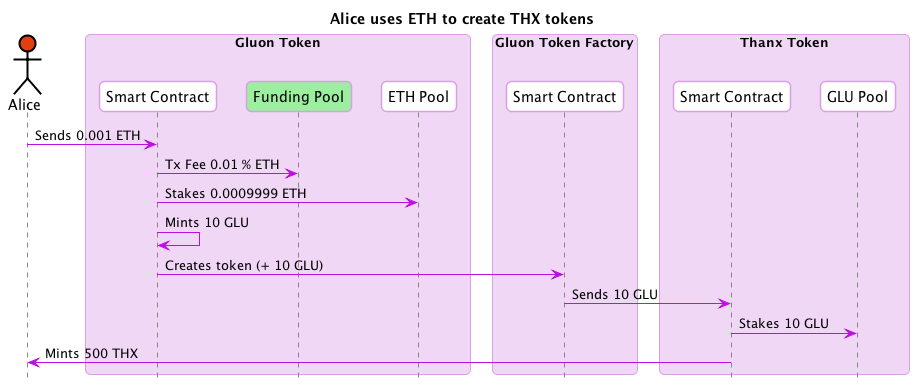
This is flows/a-eth-create-thx-a.png from gluon-project/gluon-specs, a PlantUML export, as it was before one commit.
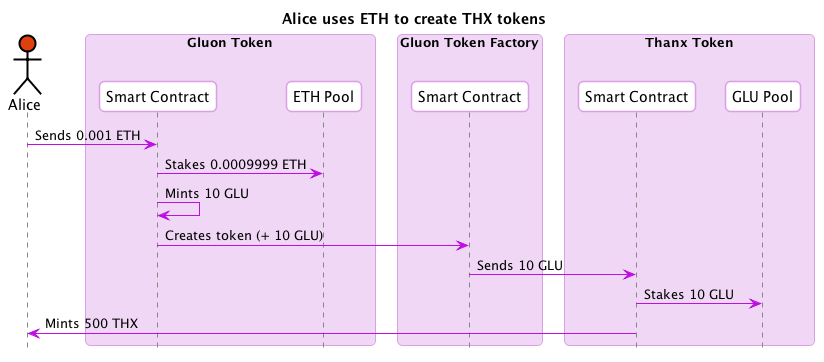
After the commit.

Change to the diagram source:
```diff
@@ -30,7 +30,6 @@
 actor Alice #E03F10
 box "Gluon Token"
   participant "Smart Contract" as GluonSC
-  participant "Funding Pool" as FundingPool #9CEF9F
   participant "ETH Pool" as ETHPool
 end box
 box "Gluon Token Factory"
@@ -42,7 +41,6 @@
 end box
 
 Alice -> GluonSC : Sends 0.001 ETH
-GluonSC -> FundingPool : Tx Fee 0.01 % ETH
 GluonSC -> ETHPool : Stakes 0.0009999 ETH
 GluonSC -> GluonSC : Mints 10 GLU
 GluonSC -> GluonFactorySC : Creates token (+ 10 GLU)
```
